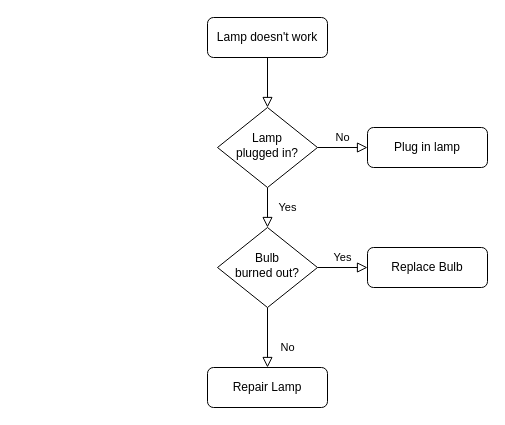
The draw.io diagram Untitled Diagram.drawio in ilmi24/tugas_MR20, before the edit. Source tidied: cells renumbered, new cells numbered last; positions are measured from the earlier drawing's top-left corner, leaving out a move shared by most shapes. Both pictures are drawn from the tidied source at 100%, with x=0, y=0 at pixel (207, 17).
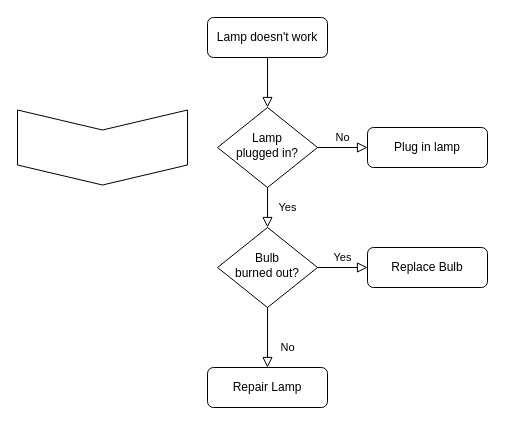
The same diagram, later.

Diff of the diagram source:
```diff
@@
 <mxGraphModel>
   <root>
     <mxCell id="0" />
     <mxCell id="1" parent="0" />
     <mxCell id="2" style="rounded=0;html=1;jettySize=auto;fontSize=11;endArrow=block;endFill=0;endSize=8;strokeWidth=1;shadow=0;labelBackgroundColor=none;edgeStyle=orthogonalEdgeStyle;" parent="1" edge="1" source="3" target="6">
       <mxGeometry relative="1" as="geometry" />
     </mxCell>
     <mxCell id="3" value="Lamp doesn't work" style="rounded=1;whiteSpace=wrap;html=1;fontSize=12;glass=0;strokeWidth=1;shadow=0;" parent="1" vertex="1">
       <mxGeometry width="120" height="40" as="geometry" />
     </mxCell>
     <mxCell id="4" value="Yes" style="rounded=0;html=1;jettySize=auto;fontSize=11;endArrow=block;endFill=0;endSize=8;strokeWidth=1;shadow=0;labelBackgroundColor=none;edgeStyle=orthogonalEdgeStyle;" parent="1" edge="1" source="6" target="10">
       <mxGeometry y="20" relative="1" as="geometry" />
     </mxCell>
     <mxCell id="5" value="No" style="edgeStyle=orthogonalEdgeStyle;rounded=0;html=1;jettySize=auto;fontSize=11;endArrow=block;endFill=0;endSize=8;strokeWidth=1;shadow=0;labelBackgroundColor=none;" parent="1" edge="1" source="6" target="7">
       <mxGeometry y="10" relative="1" as="geometry" />
     </mxCell>
     <mxCell id="6" value="Lamp&lt;br&gt;plugged in?" style="rhombus;whiteSpace=wrap;html=1;shadow=0;fontFamily=Helvetica;fontSize=12;align=center;strokeWidth=1;spacing=6;spacingTop=-4;" parent="1" vertex="1">
       <mxGeometry x="10" y="90" width="100" height="80" as="geometry" />
     </mxCell>
     <mxCell id="7" value="Plug in lamp" style="rounded=1;whiteSpace=wrap;html=1;fontSize=12;glass=0;strokeWidth=1;shadow=0;" parent="1" vertex="1">
       <mxGeometry x="160" y="110" width="120" height="40" as="geometry" />
     </mxCell>
     <mxCell id="8" value="No" style="rounded=0;html=1;jettySize=auto;fontSize=11;endArrow=block;endFill=0;endSize=8;strokeWidth=1;shadow=0;labelBackgroundColor=none;edgeStyle=orthogonalEdgeStyle;" parent="1" edge="1" source="10" target="11">
       <mxGeometry x="0.33" y="20" relative="1" as="geometry" />
     </mxCell>
     <mxCell id="9" value="Yes" style="edgeStyle=orthogonalEdgeStyle;rounded=0;html=1;jettySize=auto;fontSize=11;endArrow=block;endFill=0;endSize=8;strokeWidth=1;shadow=0;labelBackgroundColor=none;" parent="1" edge="1" source="10" target="12">
       <mxGeometry y="10" relative="1" as="geometry" />
     </mxCell>
     <mxCell id="10" value="Bulb&lt;br&gt;burned out?" style="rhombus;whiteSpace=wrap;html=1;shadow=0;fontFamily=Helvetica;fontSize=12;align=center;strokeWidth=1;spacing=6;spacingTop=-4;" parent="1" vertex="1">
       <mxGeometry x="10" y="210" width="100" height="80" as="geometry" />
     </mxCell>
     <mxCell id="11" value="Repair Lamp" style="rounded=1;whiteSpace=wrap;html=1;fontSize=12;glass=0;strokeWidth=1;shadow=0;" parent="1" vertex="1">
       <mxGeometry y="350" width="120" height="40" as="geometry" />
     </mxCell>
     <mxCell id="12" value="Replace Bulb" style="rounded=1;whiteSpace=wrap;html=1;fontSize=12;glass=0;strokeWidth=1;shadow=0;" parent="1" vertex="1">
       <mxGeometry x="160" y="230" width="120" height="40" as="geometry" />
     </mxCell>
+    <mxCell id="13" style="shape=step;perimeter=stepPerimeter;whiteSpace=wrap;html=1;fixedSize=1;rotation=90;" parent="1" vertex="1">
+      <mxGeometry x="-142.5" y="45" width="75" height="170" as="geometry" />
+    </mxCell>
   </root>
 </mxGraphModel>
```
